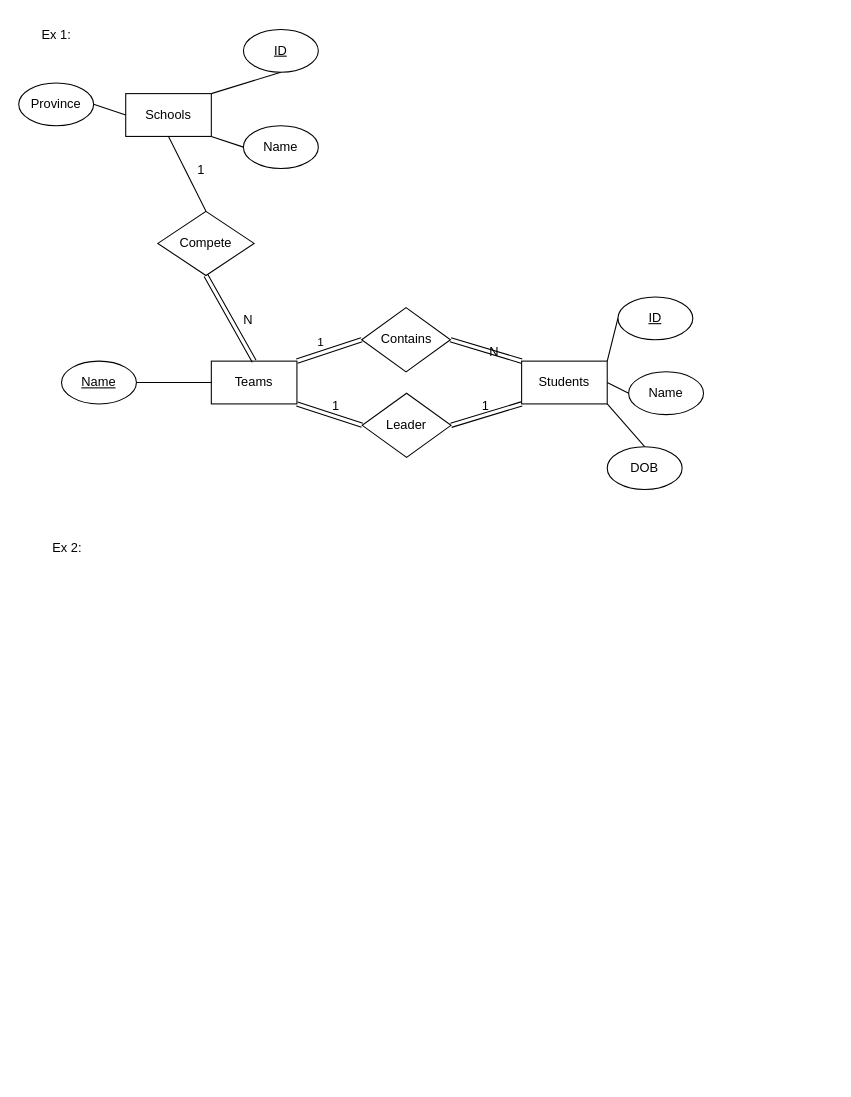
justJackiee/DB keeps this draw.io diagram as Lab_1.drawio. Above is the earlier version. Source tidied: cells renumbered, new cells numbered last; positions are measured from the earlier drawing's top-left corner, leaving out a move shared by most shapes. Both pictures are drawn from the tidied source at 107%, with x=0, y=0 at pixel (18, 18).
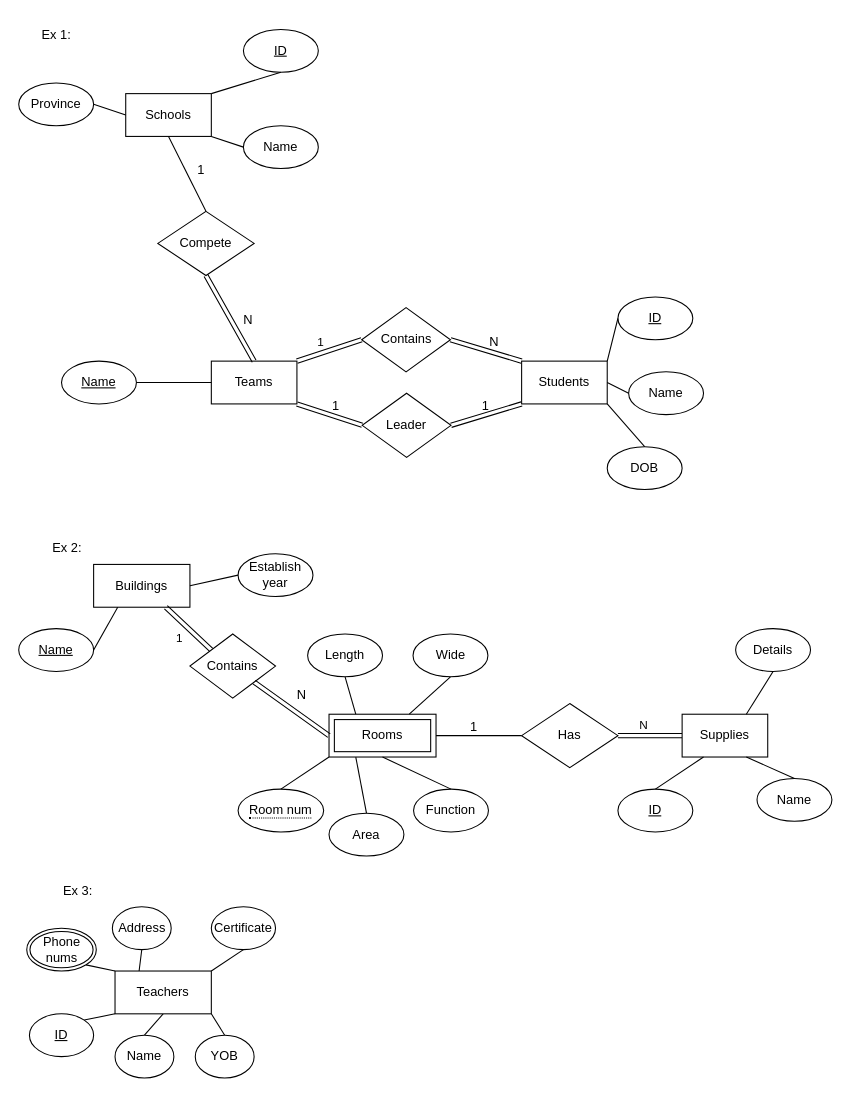
The same page after the edit.

The change refers to these unchanged cells:
```xml
<mxCell id="20" style="shape=link;html=1;rounded=0;exitX=1;exitY=0.5;exitDx=0;exitDy=0;entryX=0;entryY=0;entryDx=0;entryDy=0;" parent="1" edge="1" source="18" target="22">
  <mxGeometry relative="1" as="geometry" />
</mxCell>
```

Diff of the diagram source:
```diff
@@
     <mxCell id="21" value="N" style="html=1;whiteSpace=wrap;align=right;verticalAlign=bottom;" parent="20" vertex="1">
       <mxGeometry x="1" relative="1" as="geometry">
-        <mxPoint x="-20" as="offset" />
+        <mxPoint x="-20" y="-10" as="offset" />
       </mxGeometry>
     </mxCell>
@@
+    <mxCell id="35" value="Buildings" style="whiteSpace=wrap;html=1;align=center;" parent="1" vertex="1">
+      <mxGeometry x="70" y="510" width="90" height="40" as="geometry" />
+    </mxCell>
+    <mxCell id="36" value="Name" style="ellipse;whiteSpace=wrap;html=1;align=center;fontStyle=4;" parent="1" vertex="1">
+      <mxGeometry y="570" width="70" height="40" as="geometry" />
+    </mxCell>
+    <mxCell id="37" style="endArrow=none;html=1;rounded=0;exitX=1;exitY=0.5;exitDx=0;exitDy=0;entryX=0.25;entryY=1;entryDx=0;entryDy=0;" parent="1" edge="1" source="36" target="35">
+      <mxGeometry relative="1" as="geometry" />
+    </mxCell>
+    <mxCell id="38" value="Contains" style="shape=rhombus;perimeter=rhombusPerimeter;whiteSpace=wrap;html=1;align=center;" parent="1" vertex="1">
+      <mxGeometry x="160" y="575" width="80" height="60" as="geometry" />
+    </mxCell>
+    <mxCell id="39" value="1" style="endArrow=none;html=1;rounded=0;exitX=0.75;exitY=1;exitDx=0;exitDy=0;entryX=0;entryY=0;entryDx=0;entryDy=0;shape=link;" parent="1" edge="1" source="35" target="38">
+      <mxGeometry x="-0.03" y="-12" relative="1" as="geometry">
+        <mxPoint y="1" as="offset" />
+      </mxGeometry>
+    </mxCell>
+    <mxCell id="40" value="Rooms" style="shape=ext;margin=3;double=1;whiteSpace=wrap;html=1;align=center;" parent="1" vertex="1">
+      <mxGeometry x="290" y="650" width="100" height="40" as="geometry" />
+    </mxCell>
+    <mxCell id="41" style="shape=link;html=1;rounded=0;exitX=1;exitY=1;exitDx=0;exitDy=0;entryX=0;entryY=0.5;entryDx=0;entryDy=0;" parent="1" edge="1" source="38" target="40">
+      <mxGeometry relative="1" as="geometry" />
+    </mxCell>
+    <mxCell id="42" value="N" style="html=1;whiteSpace=wrap;align=right;verticalAlign=bottom;" parent="41" vertex="1">
+      <mxGeometry x="1" relative="1" as="geometry">
+        <mxPoint x="-20" y="-30" as="offset" />
+      </mxGeometry>
+    </mxCell>
+    <mxCell id="43" value="&lt;span style=&quot;border-bottom-width: 1px; border-bottom-style: dotted; border-bottom-color: currentcolor;&quot;&gt;Room num&lt;/span&gt;" style="ellipse;whiteSpace=wrap;html=1;align=center;" parent="1" vertex="1">
+      <mxGeometry x="205" y="720" width="80" height="40" as="geometry" />
+    </mxCell>
+    <mxCell id="44" style="endArrow=none;html=1;rounded=0;exitX=0;exitY=1;exitDx=0;exitDy=0;entryX=0.5;entryY=0;entryDx=0;entryDy=0;" parent="1" edge="1" source="40" target="43">
+      <mxGeometry relative="1" as="geometry" />
+    </mxCell>
+    <mxCell id="45" value="Length" style="ellipse;whiteSpace=wrap;html=1;align=center;" parent="1" vertex="1">
+      <mxGeometry x="270" y="575" width="70" height="40" as="geometry" />
+    </mxCell>
+    <mxCell id="46" value="Wide" style="ellipse;whiteSpace=wrap;html=1;align=center;" parent="1" vertex="1">
+      <mxGeometry x="368.5" y="575" width="70" height="40" as="geometry" />
+    </mxCell>
+    <mxCell id="47" value="Function" style="ellipse;whiteSpace=wrap;html=1;align=center;" parent="1" vertex="1">
+      <mxGeometry x="369" y="720" width="70" height="40" as="geometry" />
+    </mxCell>
+    <mxCell id="48" style="endArrow=none;html=1;rounded=0;exitX=0.5;exitY=1;exitDx=0;exitDy=0;entryX=0.5;entryY=0;entryDx=0;entryDy=0;" parent="1" edge="1" source="40" target="47">
+      <mxGeometry relative="1" as="geometry" />
+    </mxCell>
+    <mxCell id="49" style="endArrow=none;html=1;rounded=0;exitX=0.25;exitY=0;exitDx=0;exitDy=0;entryX=0.5;entryY=1;entryDx=0;entryDy=0;" parent="1" edge="1" source="40" target="45">
+      <mxGeometry relative="1" as="geometry" />
+    </mxCell>
+    <mxCell id="50" style="endArrow=none;html=1;rounded=0;exitX=0.75;exitY=0;exitDx=0;exitDy=0;entryX=0.5;entryY=1;entryDx=0;entryDy=0;" parent="1" edge="1" source="40" target="46">
+      <mxGeometry relative="1" as="geometry" />
+    </mxCell>
+    <mxCell id="51" value="Area" style="ellipse;whiteSpace=wrap;html=1;align=center;" parent="1" vertex="1">
+      <mxGeometry x="290" y="742.5" width="70" height="40" as="geometry" />
+    </mxCell>
+    <mxCell id="52" style="endArrow=none;html=1;rounded=0;exitX=0.25;exitY=1;exitDx=0;exitDy=0;entryX=0.5;entryY=0;entryDx=0;entryDy=0;" parent="1" edge="1" source="40" target="51">
+      <mxGeometry relative="1" as="geometry" />
+    </mxCell>
+    <mxCell id="53" value="Establish year" style="ellipse;whiteSpace=wrap;html=1;align=center;" parent="1" vertex="1">
+      <mxGeometry x="205" y="500" width="70" height="40" as="geometry" />
+    </mxCell>
+    <mxCell id="54" style="endArrow=none;html=1;rounded=0;exitX=1;exitY=0.5;exitDx=0;exitDy=0;entryX=0;entryY=0.5;entryDx=0;entryDy=0;" parent="1" edge="1" source="35" target="53">
+      <mxGeometry relative="1" as="geometry" />
+    </mxCell>
+    <mxCell id="55" style="endArrow=none;html=1;rounded=0;exitX=1;exitY=0.5;exitDx=0;exitDy=0;" parent="1" edge="1" source="40">
+      <mxGeometry relative="1" as="geometry">
+        <mxPoint x="470" y="670" as="targetPoint" />
+      </mxGeometry>
+    </mxCell>
+    <mxCell id="56" value="1" style="html=1;whiteSpace=wrap;align=right;verticalAlign=bottom;" parent="55" vertex="1">
+      <mxGeometry x="1" relative="1" as="geometry">
+        <mxPoint x="-40" as="offset" />
+      </mxGeometry>
+    </mxCell>
+    <mxCell id="57" value="Has" style="shape=rhombus;perimeter=rhombusPerimeter;whiteSpace=wrap;html=1;align=center;" parent="1" vertex="1">
+      <mxGeometry x="470" y="640" width="90" height="60" as="geometry" />
+    </mxCell>
+    <mxCell id="58" value="N" style="endArrow=none;html=1;rounded=0;exitX=1;exitY=0.5;exitDx=0;exitDy=0;shape=link;entryX=0;entryY=0.5;entryDx=0;entryDy=0;" parent="1" edge="1" source="57" target="59">
+      <mxGeometry x="-0.2" y="10" relative="1" as="geometry" />
+    </mxCell>
+    <mxCell id="59" value="Supplies" style="whiteSpace=wrap;html=1;align=center;" parent="1" vertex="1">
+      <mxGeometry x="620" y="650" width="80" height="40" as="geometry" />
+    </mxCell>
+    <mxCell id="60" value="ID" style="ellipse;whiteSpace=wrap;html=1;align=center;fontStyle=4;" parent="1" vertex="1">
+      <mxGeometry x="560" y="720" width="70" height="40" as="geometry" />
+    </mxCell>
+    <mxCell id="61" value="Name" style="ellipse;whiteSpace=wrap;html=1;align=center;" parent="1" vertex="1">
+      <mxGeometry x="690" y="710" width="70" height="40" as="geometry" />
+    </mxCell>
+    <mxCell id="62" value="Details" style="ellipse;whiteSpace=wrap;html=1;align=center;" parent="1" vertex="1">
+      <mxGeometry x="670" y="570" width="70" height="40" as="geometry" />
+    </mxCell>
+    <mxCell id="63" style="endArrow=none;html=1;rounded=0;exitX=0.25;exitY=1;exitDx=0;exitDy=0;entryX=0.5;entryY=0;entryDx=0;entryDy=0;" parent="1" edge="1" source="59" target="60">
+      <mxGeometry relative="1" as="geometry" />
+    </mxCell>
+    <mxCell id="64" style="endArrow=none;html=1;rounded=0;exitX=0.75;exitY=1;exitDx=0;exitDy=0;entryX=0.5;entryY=0;entryDx=0;entryDy=0;" parent="1" edge="1" source="59" target="61">
+      <mxGeometry relative="1" as="geometry" />
+    </mxCell>
+    <mxCell id="65" style="endArrow=none;html=1;rounded=0;exitX=0.75;exitY=0;exitDx=0;exitDy=0;entryX=0.5;entryY=1;entryDx=0;entryDy=0;" parent="1" edge="1" source="59" target="62">
+      <mxGeometry relative="1" as="geometry" />
+    </mxCell>
+    <mxCell id="66" value="Ex 3:" style="text;html=1;align=center;verticalAlign=middle;strokeColor=none;fillColor=none;" parent="1" vertex="1">
+      <mxGeometry x="30" y="800" width="50" height="30" as="geometry" />
+    </mxCell>
+    <mxCell id="67" style="rounded=0;jettySize=auto;html=1;exitX=0;exitY=0;exitDx=0;exitDy=0;entryX=1;entryY=1;entryDx=0;entryDy=0;endArrow=none;startFill=0;" parent="1" edge="1" source="73" target="77">
+      <mxGeometry relative="1" as="geometry" />
+    </mxCell>
+    <mxCell id="68" style="edgeStyle=none;shape=connector;rounded=0;jettySize=auto;html=1;exitX=0.25;exitY=0;exitDx=0;exitDy=0;entryX=0.5;entryY=1;entryDx=0;entryDy=0;strokeColor=default;align=center;verticalAlign=middle;fontFamily=Helvetica;fontSize=11;fontColor=default;labelBackgroundColor=default;startFill=0;endArrow=none;" parent="1" edge="1" source="73" target="78">
+      <mxGeometry relative="1" as="geometry" />
+    </mxCell>
+    <mxCell id="69" style="edgeStyle=none;shape=connector;rounded=0;jettySize=auto;html=1;exitX=1;exitY=0;exitDx=0;exitDy=0;entryX=0.5;entryY=1;entryDx=0;entryDy=0;strokeColor=default;align=center;verticalAlign=middle;fontFamily=Helvetica;fontSize=11;fontColor=default;labelBackgroundColor=default;startFill=0;endArrow=none;" parent="1" edge="1" source="73" target="79">
+      <mxGeometry relative="1" as="geometry" />
+    </mxCell>
+    <mxCell id="70" style="edgeStyle=none;shape=connector;rounded=0;jettySize=auto;html=1;exitX=0;exitY=1;exitDx=0;exitDy=0;entryX=1;entryY=0;entryDx=0;entryDy=0;strokeColor=default;align=center;verticalAlign=middle;fontFamily=Helvetica;fontSize=11;fontColor=default;labelBackgroundColor=default;startFill=0;endArrow=none;" parent="1" edge="1" source="73" target="74">
+      <mxGeometry relative="1" as="geometry" />
+    </mxCell>
+    <mxCell id="71" style="edgeStyle=none;shape=connector;rounded=0;jettySize=auto;html=1;exitX=0.5;exitY=1;exitDx=0;exitDy=0;entryX=0.5;entryY=0;entryDx=0;entryDy=0;strokeColor=default;align=center;verticalAlign=middle;fontFamily=Helvetica;fontSize=11;fontColor=default;labelBackgroundColor=default;startFill=0;endArrow=none;" parent="1" edge="1" source="73" target="75">
+      <mxGeometry relative="1" as="geometry" />
+    </mxCell>
+    <mxCell id="72" style="edgeStyle=none;shape=connector;rounded=0;jettySize=auto;html=1;exitX=1;exitY=1;exitDx=0;exitDy=0;entryX=0.5;entryY=0;entryDx=0;entryDy=0;strokeColor=default;align=center;verticalAlign=middle;fontFamily=Helvetica;fontSize=11;fontColor=default;labelBackgroundColor=default;startFill=0;endArrow=none;" parent="1" edge="1" source="73" target="76">
+      <mxGeometry relative="1" as="geometry" />
+    </mxCell>
+    <mxCell id="73" value="Teachers" style="whiteSpace=wrap;html=1;align=center;" parent="1" vertex="1">
+      <mxGeometry x="90" y="890" width="90" height="40" as="geometry" />
+    </mxCell>
+    <mxCell id="74" value="ID" style="ellipse;whiteSpace=wrap;html=1;align=center;fontStyle=4;" parent="1" vertex="1">
+      <mxGeometry x="10" y="930" width="60" height="40" as="geometry" />
+    </mxCell>
+    <mxCell id="75" value="Name" style="ellipse;whiteSpace=wrap;html=1;align=center;" parent="1" vertex="1">
+      <mxGeometry x="90" y="950" width="55" height="40" as="geometry" />
+    </mxCell>
+    <mxCell id="76" value="YOB" style="ellipse;whiteSpace=wrap;html=1;align=center;" parent="1" vertex="1">
+      <mxGeometry x="165" y="950" width="55" height="40" as="geometry" />
+    </mxCell>
+    <mxCell id="77" value="Phone nums" style="ellipse;shape=doubleEllipse;margin=3;whiteSpace=wrap;html=1;align=center;" parent="1" vertex="1">
+      <mxGeometry x="7.5" y="850" width="65" height="40" as="geometry" />
+    </mxCell>
+    <mxCell id="78" value="Address" style="ellipse;whiteSpace=wrap;html=1;align=center;" parent="1" vertex="1">
+      <mxGeometry x="87.5" y="830" width="55" height="40" as="geometry" />
+    </mxCell>
+    <mxCell id="79" value="Certificate" style="ellipse;whiteSpace=wrap;html=1;align=center;" parent="1" vertex="1">
+      <mxGeometry x="180" y="830" width="60" height="40" as="geometry" />
+    </mxCell>
```
